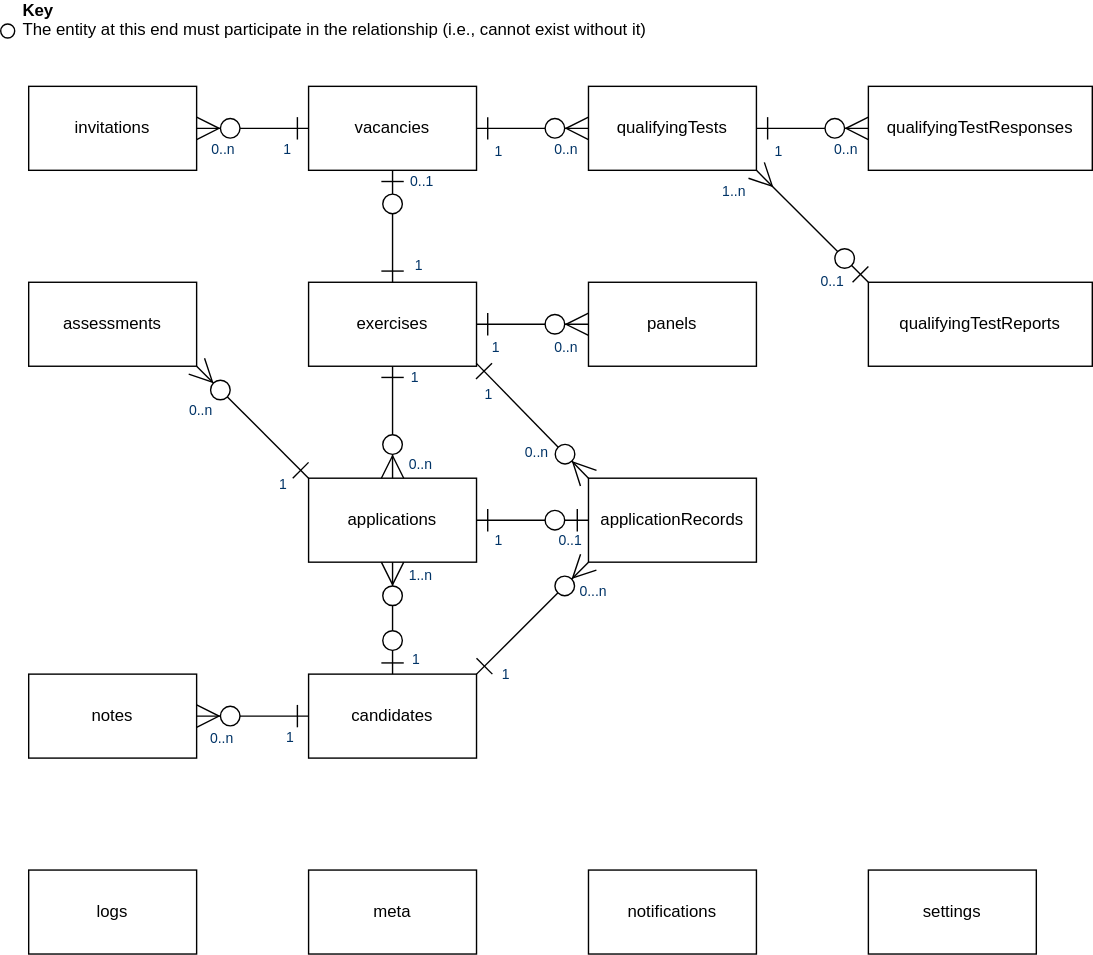
The draw.io diagram docs/architecture/data-models/top-level.svg in jac-uk/documentation, before a commit. Source tidied: cells renumbered, new cells last; positions are measured from the earlier drawing's top-left corner, leaving out a move shared by most shapes.
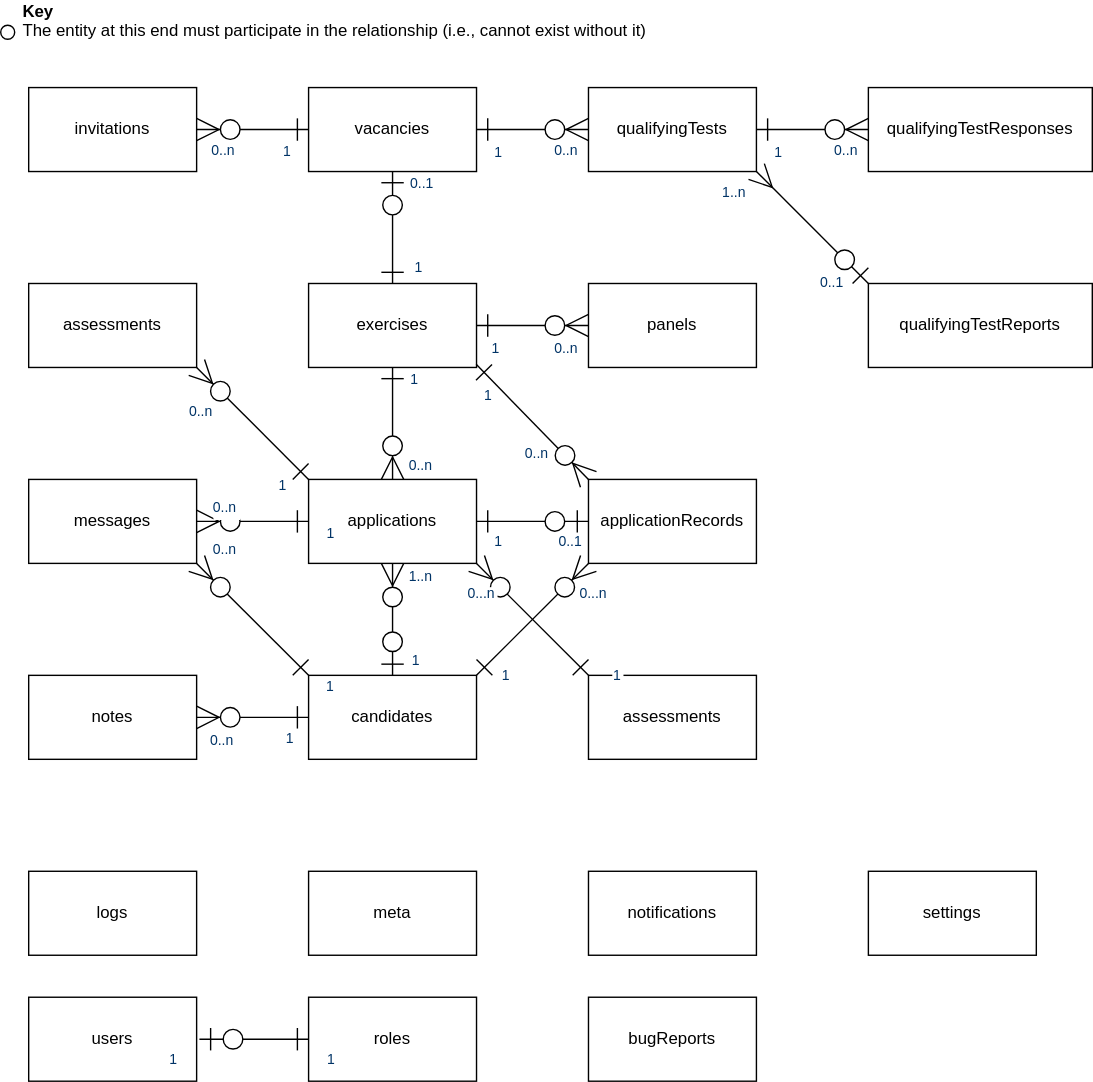
The same diagram one commit later.

Commit message:
Updated diagrams with new features

What changed in the source:
```diff
@@ -228,5 +228,75 @@
     <mxCell id="59" value="settings" style="rounded=0;whiteSpace=wrap;html=1;" parent="1" vertex="1">
       <mxGeometry x="620" y="620" width="120" height="60" as="geometry" />
     </mxCell>
+    <mxCell id="60" value="users" style="rounded=0;whiteSpace=wrap;html=1;" parent="1" vertex="1">
+      <mxGeometry x="20" y="710" width="120" height="60" as="geometry" />
+    </mxCell>
+    <mxCell id="61" value="roles" style="rounded=0;whiteSpace=wrap;html=1;" parent="1" vertex="1">
+      <mxGeometry x="220" y="710" width="120" height="60" as="geometry" />
+    </mxCell>
+    <mxCell id="62" style="endArrow=ERone;endSize=14;startArrow=ERzeroToOne;startSize=14;startFill=1;endFill=0;targetPerimeterSpacing=0;sourcePerimeterSpacing=0;strokeWidth=1;rounded=1;jumpSize=6;entryX=0;entryY=0.5;entryDx=0;entryDy=0;" parent="1" edge="1">
+      <mxGeometry x="770" y="520" as="geometry">
+        <mxPoint x="142" y="740" as="sourcePoint" />
+        <mxPoint x="220" y="740" as="targetPoint" />
+      </mxGeometry>
+    </mxCell>
+    <mxCell id="63" value="1" style="align=left;verticalAlign=top;labelBackgroundColor=#ffffff;fontSize=10;strokeColor=#003366;shadow=1;fillColor=#D4E1F5;fontColor=#003366;" parent="62" vertex="1">
+      <mxGeometry x="-1" relative="1" as="geometry">
+        <mxPoint x="-23" y="2" as="offset" />
+      </mxGeometry>
+    </mxCell>
+    <mxCell id="64" value="1" style="align=right;verticalAlign=top;labelBackgroundColor=#ffffff;fontSize=10;strokeColor=#003366;shadow=1;fillColor=#D4E1F5;fontColor=#003366;" parent="62" vertex="1">
+      <mxGeometry x="1" relative="1" as="geometry">
+        <mxPoint x="20" y="2" as="offset" />
+      </mxGeometry>
+    </mxCell>
+    <mxCell id="65" value="messages" style="rounded=0;whiteSpace=wrap;html=1;" parent="1" vertex="1">
+      <mxGeometry x="20" y="340" width="120" height="60" as="geometry" />
+    </mxCell>
+    <mxCell id="66" style="endArrow=ERone;endSize=14;startArrow=ERzeroToMany;startSize=14;startFill=1;endFill=0;targetPerimeterSpacing=0;sourcePerimeterSpacing=0;strokeWidth=1;rounded=1;jumpSize=6;" parent="1" edge="1" source="65" target="3">
+      <mxGeometry x="640" y="510" as="geometry" />
+    </mxCell>
+    <mxCell id="67" value="0..n" style="align=left;verticalAlign=top;labelBackgroundColor=#ffffff;fontSize=10;strokeColor=#003366;shadow=1;fillColor=#D4E1F5;fontColor=#003366;" parent="66" vertex="1">
+      <mxGeometry x="-1" relative="1" as="geometry">
+        <mxPoint x="10" y="-22" as="offset" />
+      </mxGeometry>
+    </mxCell>
+    <mxCell id="68" value="1" style="align=right;verticalAlign=top;labelBackgroundColor=#ffffff;fontSize=10;strokeColor=#003366;shadow=1;fillColor=#D4E1F5;fontColor=#003366;" parent="66" vertex="1">
+      <mxGeometry x="1" relative="1" as="geometry">
+        <mxPoint x="20" y="-4" as="offset" />
+      </mxGeometry>
+    </mxCell>
+    <mxCell id="69" style="endArrow=ERone;endSize=14;startArrow=ERzeroToMany;startSize=14;startFill=1;endFill=0;targetPerimeterSpacing=0;sourcePerimeterSpacing=0;strokeWidth=1;rounded=1;jumpSize=6;entryX=0;entryY=0;entryDx=0;entryDy=0;exitX=1;exitY=1;exitDx=0;exitDy=0;" parent="1" edge="1" source="65" target="4">
+      <mxGeometry x="640" y="510" as="geometry" />
+    </mxCell>
+    <mxCell id="70" value="0..n" style="align=left;verticalAlign=top;labelBackgroundColor=#ffffff;fontSize=10;strokeColor=#003366;shadow=1;fillColor=#D4E1F5;fontColor=#003366;" parent="69" vertex="1">
+      <mxGeometry x="-1" relative="1" as="geometry">
+        <mxPoint x="10" y="-22" as="offset" />
+      </mxGeometry>
+    </mxCell>
+    <mxCell id="71" value="1" style="align=right;verticalAlign=top;labelBackgroundColor=#ffffff;fontSize=10;strokeColor=#003366;shadow=1;fillColor=#D4E1F5;fontColor=#003366;" parent="69" vertex="1">
+      <mxGeometry x="1" relative="1" as="geometry">
+        <mxPoint x="20" y="-4" as="offset" />
+      </mxGeometry>
+    </mxCell>
+    <mxCell id="72" value="bugReports" style="rounded=0;whiteSpace=wrap;html=1;" parent="1" vertex="1">
+      <mxGeometry x="420" y="710" width="120" height="60" as="geometry" />
+    </mxCell>
+    <mxCell id="73" value="assessments" style="rounded=0;whiteSpace=wrap;html=1;" parent="1" vertex="1">
+      <mxGeometry x="420" y="480" width="120" height="60" as="geometry" />
+    </mxCell>
+    <mxCell id="74" style="endArrow=ERone;endSize=14;startArrow=ERzeroToMany;startSize=14;startFill=1;endFill=0;targetPerimeterSpacing=0;sourcePerimeterSpacing=0;strokeWidth=1;rounded=1;jumpSize=6;exitX=1;exitY=1;exitDx=0;exitDy=0;entryX=0;entryY=0;entryDx=0;entryDy=0;" parent="1" edge="1" source="3" target="73">
+      <mxGeometry x="994" y="460" as="geometry" />
+    </mxCell>
+    <mxCell id="75" value="0...n" style="align=left;verticalAlign=top;labelBackgroundColor=#ffffff;fontSize=10;strokeColor=#003366;shadow=1;fillColor=#D4E1F5;fontColor=#003366;" parent="74" vertex="1">
+      <mxGeometry x="-1" relative="1" as="geometry">
+        <mxPoint x="-8" y="9" as="offset" />
+      </mxGeometry>
+    </mxCell>
+    <mxCell id="76" value="1" style="align=right;verticalAlign=top;labelBackgroundColor=#ffffff;fontSize=10;strokeColor=#003366;shadow=1;fillColor=#D4E1F5;fontColor=#003366;" parent="74" vertex="1">
+      <mxGeometry x="1" relative="1" as="geometry">
+        <mxPoint x="25" y="-12" as="offset" />
+      </mxGeometry>
+    </mxCell>
   </root>
 </mxGraphModel>
```
